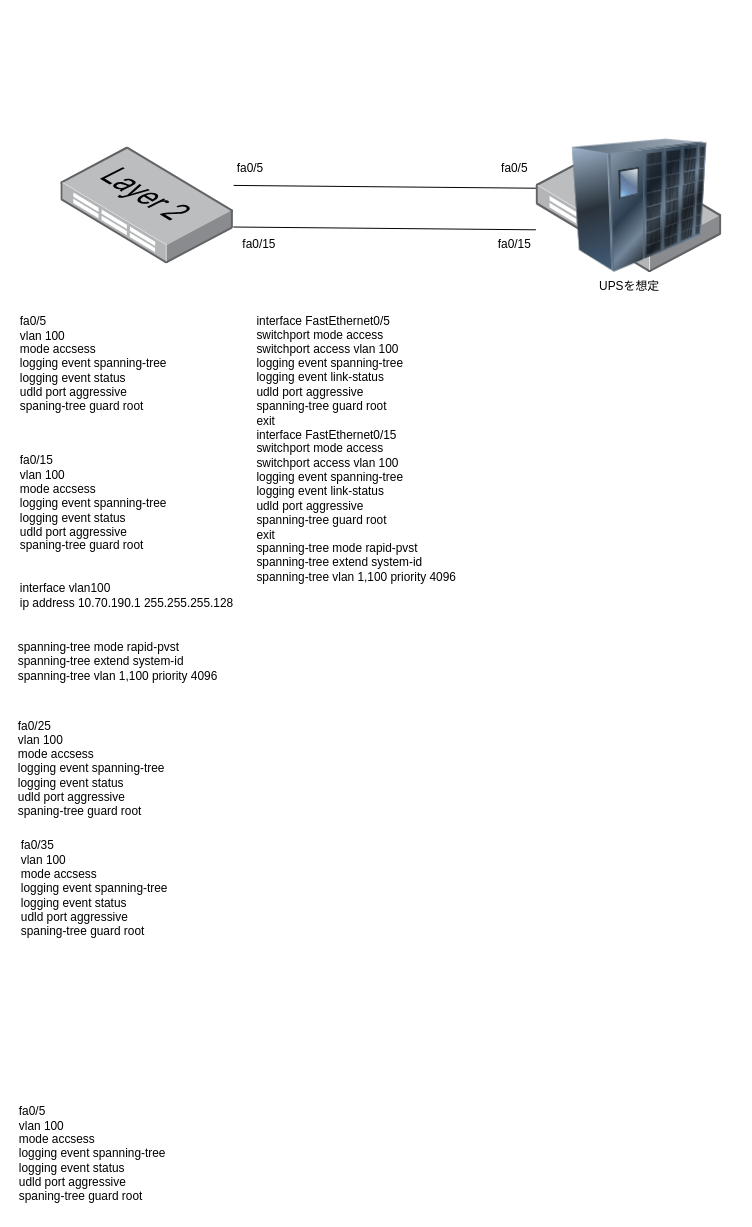
Above: 名称未設定ファイル.drawio in kyforprogram/ccna (draw.io), before the change. Source tidied: cells renumbered, new cells numbered last; positions are measured from the earlier drawing's top-left corner, leaving out a move shared by most shapes. Both pictures are drawn from the tidied source at 99%, with x=0, y=0 at pixel (16, 139).
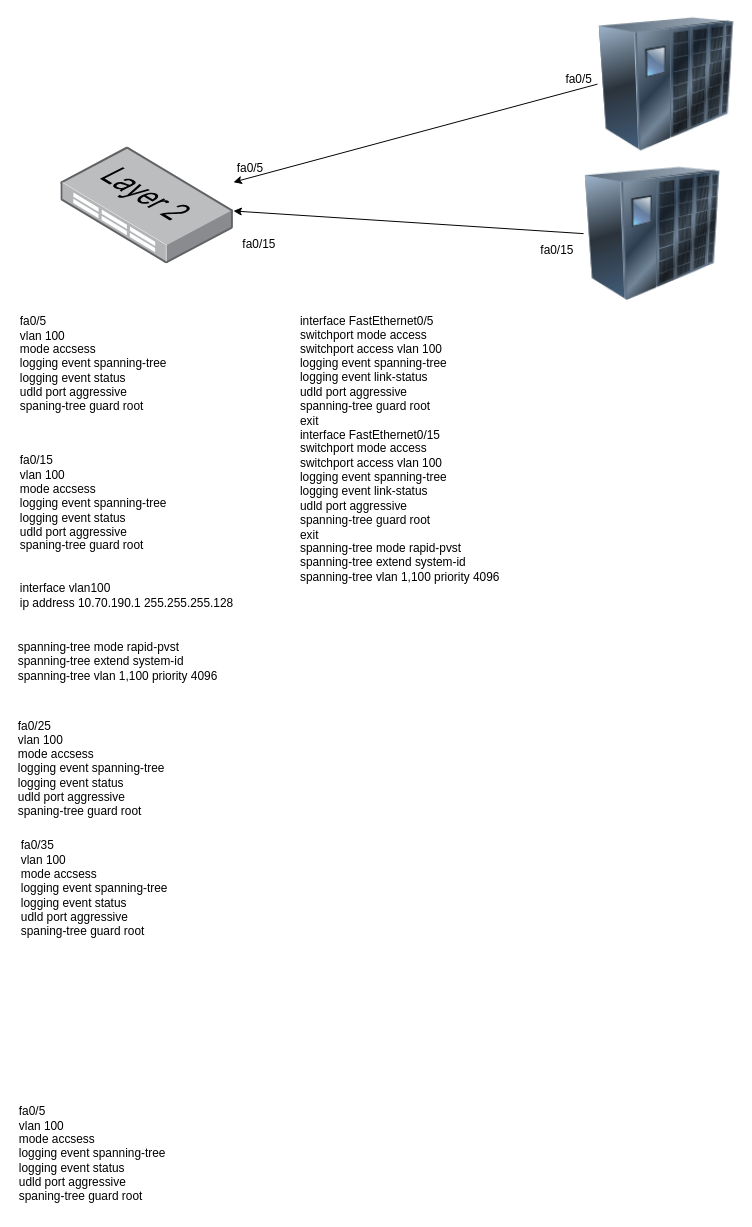
After the change.

Commit message:
STP.drawio を更新します

What changed in the source:
```diff
@@
 <mxGraphModel>
   <root>
     <mxCell id="0" />
     <mxCell id="1" parent="0" />
     <mxCell id="2" style="image;points=[];html=1;align=center;shadow=0;dashed=0;image=img/lib/allied_telesis/switch/Switch_48_port_L2.svg;" parent="1" vertex="1">
       <mxGeometry x="45" y="8" width="174.3" height="118" as="geometry" />
     </mxCell>
-    <mxCell id="3" style="rounded=0;jettySize=auto;html=1;endArrow=none;endFill=0;shape=link;width=42;" parent="1" edge="1" source="4" target="2">
-      <mxGeometry relative="1" as="geometry" />
-    </mxCell>
-    <mxCell id="4" value="UPSを想定" style="image;points=[];html=1;align=center;shadow=0;dashed=0;image=img/lib/allied_telesis/switch/Switch_48_port_L2.svg;" parent="1" vertex="1">
-      <mxGeometry x="525" y="8" width="187.6" height="127" as="geometry" />
-    </mxCell>
     <mxCell id="5" value="fa0/5" style="text;html=1;align=center;verticalAlign=middle;strokeColor=none;fillColor=none;" parent="1" vertex="1">
       <mxGeometry x="213" y="17" width="45" height="26" as="geometry" />
     </mxCell>
     <mxCell id="6" value="fa0/5" style="text;html=1;align=center;verticalAlign=middle;strokeColor=none;fillColor=none;" parent="1" vertex="1">
-      <mxGeometry x="480" y="17" width="45" height="26" as="geometry" />
+      <mxGeometry x="545" y="-73" width="45" height="26" as="geometry" />
     </mxCell>
     <mxCell id="7" value="fa0/15" style="text;html=1;align=center;verticalAlign=middle;strokeColor=none;fillColor=none;" parent="1" vertex="1">
-      <mxGeometry x="477" y="93" width="51" height="26" as="geometry" />
+      <mxGeometry x="520" y="100" width="51" height="26" as="geometry" />
     </mxCell>
     <mxCell id="8" value="fa0/15" style="text;html=1;align=center;verticalAlign=middle;strokeColor=none;fillColor=none;" parent="1" vertex="1">
       <mxGeometry x="219.3" y="93" width="51" height="26" as="geometry" />
     </mxCell>
+    <mxCell id="18" style="rounded=0;jettySize=auto;html=1;exitX=0;exitY=0.5;exitDx=0;exitDy=0;" parent="1" edge="1" source="9" target="2">
+      <mxGeometry relative="1" as="geometry" />
+    </mxCell>
     <mxCell id="9" style="image;html=1;image=img/lib/clip_art/networking/UPS_128x128.png;" parent="1" vertex="1">
-      <mxGeometry x="560" y="-0.5" width="139" height="135" as="geometry" />
+      <mxGeometry x="587" y="-123" width="139" height="135" as="geometry" />
     </mxCell>
     <mxCell id="10" value="fa0/5&lt;br&gt;vlan 100&lt;br&gt;mode accsess&lt;br&gt;logging event spanning-tree&lt;br&gt;logging event status&lt;br&gt;udld port aggressive&lt;br&gt;spaning-tree guard root&lt;br&gt;" style="text;html=1;align=left;verticalAlign=middle;strokeColor=none;fillColor=none;" parent="1" vertex="1">
       <mxGeometry x="2" y="170" width="166" height="113" as="geometry" />
     </mxCell>
     <mxCell id="11" value="fa0/15&lt;br&gt;vlan 100&lt;br&gt;mode accsess&lt;br&gt;logging event spanning-tree&lt;br&gt;logging event status&lt;br&gt;udld port aggressive&lt;br&gt;spaning-tree guard root" style="text;html=1;align=left;verticalAlign=middle;strokeColor=none;fillColor=none;" parent="1" vertex="1">
       <mxGeometry x="2" y="311" width="166" height="113" as="geometry" />
     </mxCell>
     <mxCell id="12" value="interface vlan100&lt;br&gt;ip address 10.70.190.1 255.255.255.128" style="text;html=1;align=left;verticalAlign=middle;strokeColor=none;fillColor=none;" parent="1" vertex="1">
       <mxGeometry x="2" y="440" width="234" height="41" as="geometry" />
     </mxCell>
     <mxCell id="13" value="spanning-tree mode rapid-pvst&lt;br&gt;spanning-tree extend system-id&lt;br&gt;spanning-tree vlan 1,100 priority 4096" style="text;html=1;align=left;verticalAlign=middle;strokeColor=none;fillColor=none;" parent="1" vertex="1">
       <mxGeometry x="0.3" y="500" width="219" height="55" as="geometry" />
     </mxCell>
     <mxCell id="14" value="fa0/25&lt;br&gt;vlan 100&lt;br&gt;mode accsess&lt;br&gt;logging event spanning-tree&lt;br&gt;logging event status&lt;br&gt;udld port aggressive&lt;br&gt;spaning-tree guard root" style="text;html=1;align=left;verticalAlign=middle;strokeColor=none;fillColor=none;" parent="1" vertex="1">
       <mxGeometry x="0.3" y="579" width="166" height="113" as="geometry" />
     </mxCell>
     <mxCell id="15" value="fa0/5&lt;br&gt;vlan 100&lt;br&gt;mode accsess&lt;br&gt;logging event spanning-tree&lt;br&gt;logging event status&lt;br&gt;udld port aggressive&lt;br&gt;spaning-tree guard root&lt;br&gt;" style="text;html=1;align=left;verticalAlign=middle;strokeColor=none;fillColor=none;" parent="1" vertex="1">
       <mxGeometry x="1.2" y="968" width="166" height="113" as="geometry" />
     </mxCell>
     <mxCell id="16" value="fa0/35&lt;br&gt;vlan 100&lt;br&gt;mode accsess&lt;br&gt;logging event spanning-tree&lt;br&gt;logging event status&lt;br&gt;udld port aggressive&lt;br&gt;spaning-tree guard root" style="text;html=1;align=left;verticalAlign=middle;strokeColor=none;fillColor=none;" parent="1" vertex="1">
       <mxGeometry x="2.8" y="700" width="166" height="113" as="geometry" />
     </mxCell>
     <mxCell id="17" value="&lt;div&gt;interface FastEthernet0/5&lt;/div&gt;&lt;div&gt;switchport mode access&lt;/div&gt;&lt;div&gt;switchport access vlan 100&lt;/div&gt;&lt;div&gt;logging event spanning-tree&lt;/div&gt;&lt;div&gt;logging event link-status&lt;/div&gt;&lt;div&gt;udld port aggressive&lt;/div&gt;&lt;div&gt;spanning-tree guard root&lt;/div&gt;&lt;div&gt;exit&lt;/div&gt;&lt;div&gt;interface FastEthernet0/15&lt;/div&gt;&lt;div&gt;switchport mode access&lt;/div&gt;&lt;div&gt;switchport access vlan 100&lt;/div&gt;&lt;div&gt;logging event spanning-tree&lt;/div&gt;&lt;div&gt;logging event link-status&lt;/div&gt;&lt;div&gt;udld port aggressive&lt;/div&gt;&lt;div&gt;spanning-tree guard root&lt;/div&gt;&lt;div&gt;exit&lt;/div&gt;&lt;div&gt;spanning-tree mode rapid-pvst&lt;/div&gt;&lt;div&gt;spanning-tree extend system-id&lt;/div&gt;&lt;div&gt;spanning-tree vlan 1,100 priority 4096&lt;/div&gt;" style="text;html=1;align=left;verticalAlign=middle;strokeColor=none;fillColor=none;" parent="1" vertex="1">
-      <mxGeometry x="241" y="170" width="219" height="285" as="geometry" />
+      <mxGeometry x="285" y="170" width="219" height="285" as="geometry" />
     </mxCell>
+    <mxCell id="19" style="rounded=0;jettySize=auto;html=1;exitX=0;exitY=0.5;exitDx=0;exitDy=0;" parent="1" edge="1" source="20" target="2">
+      <mxGeometry relative="1" as="geometry" />
+    </mxCell>
+    <mxCell id="20" style="image;html=1;image=img/lib/clip_art/networking/UPS_128x128.png;" parent="1" vertex="1">
+      <mxGeometry x="573" y="28" width="139" height="135" as="geometry" />
+    </mxCell>
   </root>
 </mxGraphModel>
```
